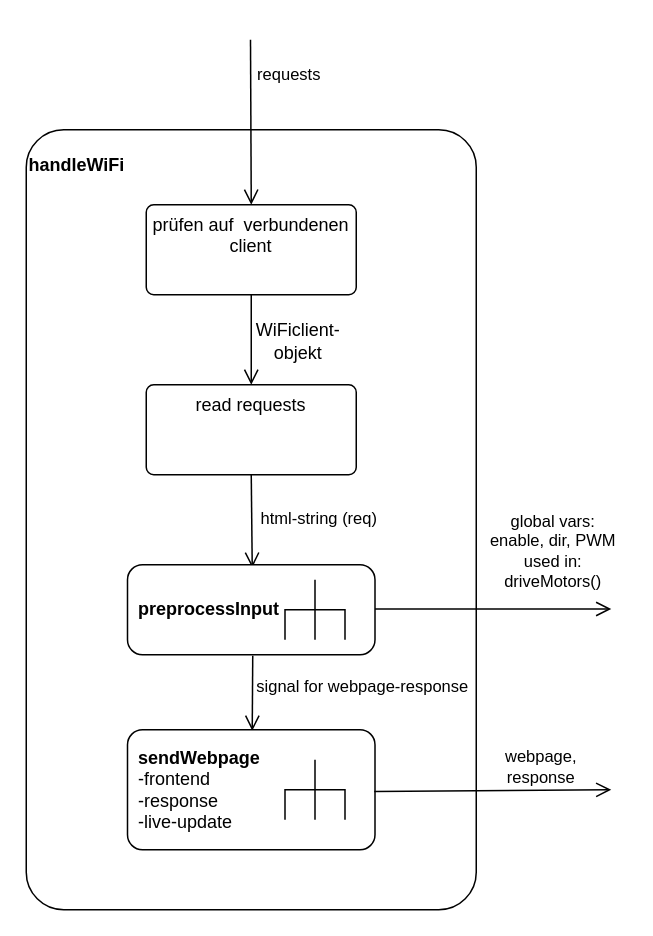
This is page "Seite-2" (2 of 4) of Aktivitätsdiagramm Vertigo.drawio from MaxMartin-git/VertiGo, a draw.io file, before an edit. Source tidied: cells renumbered, new cells numbered last; positions are measured from the earlier drawing's top-left corner, leaving out a move shared by most shapes. Both pictures are drawn from the tidied source at 150%, with x=0, y=0 at pixel (26, 39).
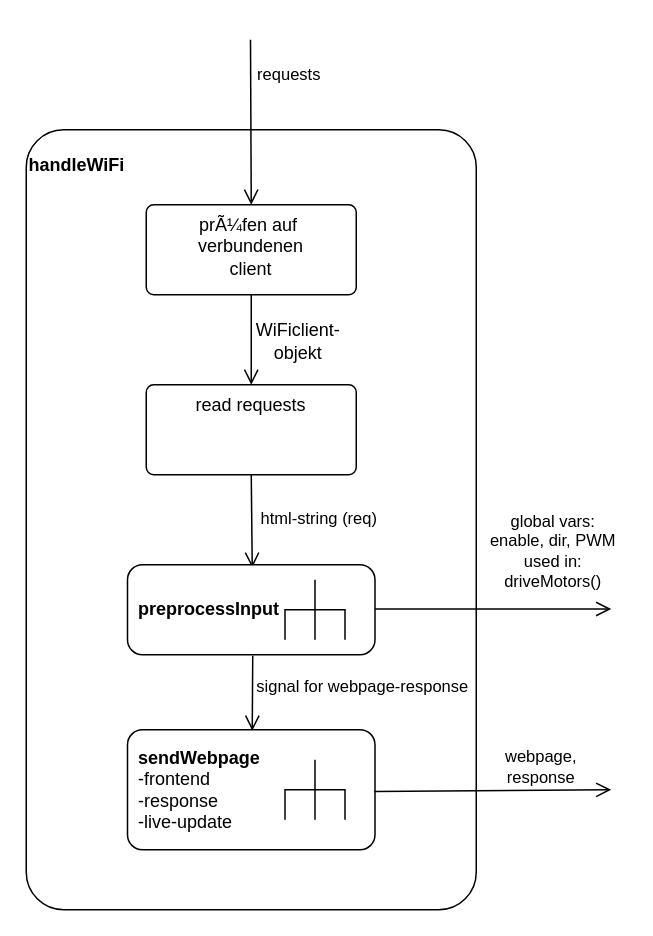
The same diagram, later.

What changed in the source:
```diff
@@
-    <mxCell id="11" value="prüfen auf&amp;nbsp; verbundenen&lt;div&gt;client&lt;/div&gt;" style="html=1;align=center;verticalAlign=top;rounded=1;absoluteArcSize=1;arcSize=10;dashed=0;whiteSpace=wrap;labelBackgroundColor=none;" parent="1" vertex="1">
+    <mxCell id="11" value="prÃ¼fen auf&amp;nbsp; verbundenen&lt;div&gt;client&lt;/div&gt;" style="html=1;align=center;verticalAlign=top;rounded=1;absoluteArcSize=1;arcSize=10;dashed=0;whiteSpace=wrap;labelBackgroundColor=none;" parent="1" vertex="1">
       <mxGeometry x="80" y="110" width="140" height="60" as="geometry" />
     </mxCell>
```
